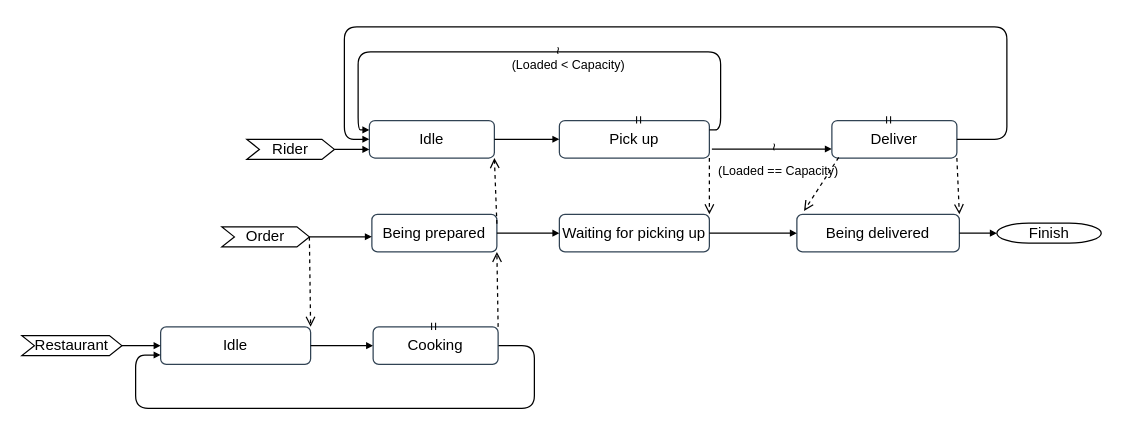
BianHaifan/TakeAway-Simulation keeps this draw.io diagram as EFD.drawio. Above is the earlier version. Source tidied: cells renumbered, new cells numbered last; positions are measured from the earlier drawing's top-left corner, leaving out a move shared by most shapes. Both pictures are drawn from the tidied source at 125%, with x=0, y=0 at pixel (21, 26).
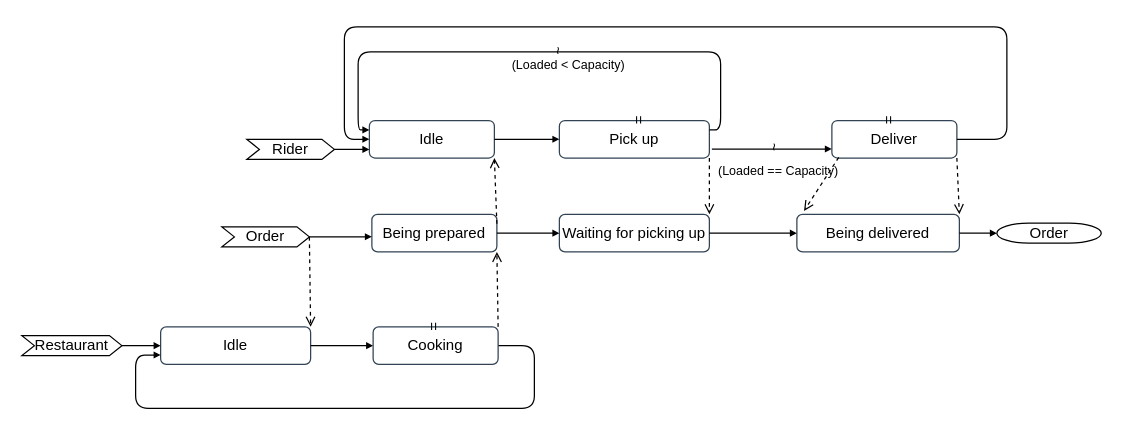
The same diagram, later.

Commit message:
modify the end symbol in EFD

Change to the diagram source:
```diff
@@
-    <mxCell id="32" value="Finish" style="strokeWidth=1;html=1;shape=mxgraph.flowchart.terminator;whiteSpace=wrap;fillColor=none;fontColor=#000000;strokeColor=default;" parent="1" vertex="1">
+    <mxCell id="32" value="Order" style="strokeWidth=1;html=1;shape=mxgraph.flowchart.terminator;whiteSpace=wrap;fillColor=none;fontColor=#000000;strokeColor=default;" parent="1" vertex="1">
       <mxGeometry x="780" y="157" width="83.5" height="16" as="geometry" />
     </mxCell>
```
